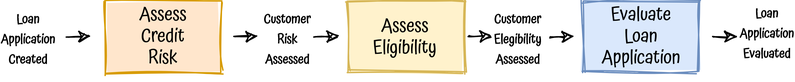
Above: doc/img/workflow.png in albertllousas/functional-domain-driven-design (draw.io), before the change. Source tidied: cells renumbered, new cells last; positions are measured from the earlier drawing's top-left corner, leaving out a move shared by most shapes.
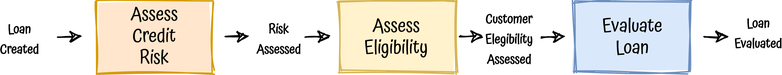
Later version of the same file.

What changed in the source:
```diff
@@ -14,10 +14,10 @@
         <mxPoint x="387.1" y="24.8" as="targetPoint" />
       </mxGeometry>
     </mxCell>
-    <mxCell id="5" value="&lt;font face=&quot;Atma&quot; style=&quot;font-size: 9px&quot;&gt;&lt;span&gt;Loan&lt;br&gt;Application&lt;br&gt;Created&lt;br&gt;&lt;/span&gt;&lt;/font&gt;" style="text;html=1;strokeColor=none;fillColor=none;align=center;verticalAlign=middle;whiteSpace=wrap;rounded=0;sketch=1;fontStyle=1;" parent="1" vertex="1">
+    <mxCell id="5" value="&lt;font face=&quot;Atma&quot; style=&quot;font-size: 9px&quot;&gt;&lt;span&gt;Loan&lt;br&gt;Created&lt;br&gt;&lt;/span&gt;&lt;/font&gt;" style="text;html=1;strokeColor=none;fillColor=none;align=center;verticalAlign=middle;whiteSpace=wrap;rounded=0;sketch=1;fontStyle=1;" parent="1" vertex="1">
       <mxGeometry x="-0.5" y="15" width="17" height="20" as="geometry" />
     </mxCell>
-    <mxCell id="6" value="&lt;font face=&quot;Atma&quot; style=&quot;font-size: 9px&quot;&gt;&lt;span&gt;Customer&lt;br&gt;Risk&lt;br&gt;Assessed&lt;br&gt;&lt;/span&gt;&lt;/font&gt;" style="text;html=1;strokeColor=none;fillColor=none;align=center;verticalAlign=middle;whiteSpace=wrap;rounded=0;sketch=1;fontStyle=1;" parent="1" vertex="1">
+    <mxCell id="6" value="&lt;font face=&quot;Atma&quot; style=&quot;font-size: 9px&quot;&gt;&lt;span&gt;Risk&lt;br&gt;Assessed&lt;br&gt;&lt;/span&gt;&lt;/font&gt;" style="text;html=1;strokeColor=none;fillColor=none;align=center;verticalAlign=middle;whiteSpace=wrap;rounded=0;sketch=1;fontStyle=1;" parent="1" vertex="1">
       <mxGeometry x="180.2" y="15" width="17" height="20" as="geometry" />
     </mxCell>
     <mxCell id="7" style="rounded=0;whiteSpace=wrap;html=1;sketch=1;fillColor=#fff2cc;strokeColor=#d6b656;fillStyle=solid;" parent="1" vertex="1">
@@ -32,10 +32,10 @@
     <mxCell id="10" style="rounded=0;whiteSpace=wrap;html=1;sketch=1;fillColor=#dae8fc;strokeColor=#6c8ebf;fillStyle=solid;" parent="1" vertex="1">
       <mxGeometry x="393.6" width="80" height="50" as="geometry" />
     </mxCell>
-    <mxCell id="11" value="&lt;font style=&quot;font-size: 13px&quot; face=&quot;Atma&quot;&gt;Evaluate&lt;br&gt;Loan&lt;br&gt;Application&lt;br&gt;&lt;/font&gt;" style="text;html=1;strokeColor=none;fillColor=none;align=center;verticalAlign=middle;whiteSpace=wrap;rounded=0;sketch=1;" parent="1" vertex="1">
+    <mxCell id="11" value="&lt;font style=&quot;font-size: 13px&quot; face=&quot;Atma&quot;&gt;Evaluate&lt;br&gt;Loan&lt;br&gt;&lt;/font&gt;" style="text;html=1;strokeColor=none;fillColor=none;align=center;verticalAlign=middle;whiteSpace=wrap;rounded=0;sketch=1;" parent="1" vertex="1">
       <mxGeometry x="413.6" y="15" width="40" height="20" as="geometry" />
     </mxCell>
-    <mxCell id="12" value="&lt;font face=&quot;Atma&quot; style=&quot;font-size: 9px&quot;&gt;&lt;span&gt;Loan&lt;br&gt;Application&lt;br&gt;Evaluated&lt;br&gt;&lt;br&gt;&lt;/span&gt;&lt;/font&gt;" style="text;html=1;strokeColor=none;fillColor=none;align=center;verticalAlign=middle;whiteSpace=wrap;rounded=0;sketch=1;fontStyle=1;" parent="1" vertex="1">
+    <mxCell id="12" value="&lt;font face=&quot;Atma&quot; style=&quot;font-size: 9px&quot;&gt;&lt;span&gt;Loan&lt;br&gt;Evaluated&lt;br&gt;&lt;br&gt;&lt;/span&gt;&lt;/font&gt;" style="text;html=1;strokeColor=none;fillColor=none;align=center;verticalAlign=middle;whiteSpace=wrap;rounded=0;sketch=1;fontStyle=1;" parent="1" vertex="1">
       <mxGeometry x="512.5" y="18" width="17" height="20" as="geometry" />
     </mxCell>
     <mxCell id="13" style="endArrow=classic;html=1;sketch=1;" parent="1" edge="1">
```
